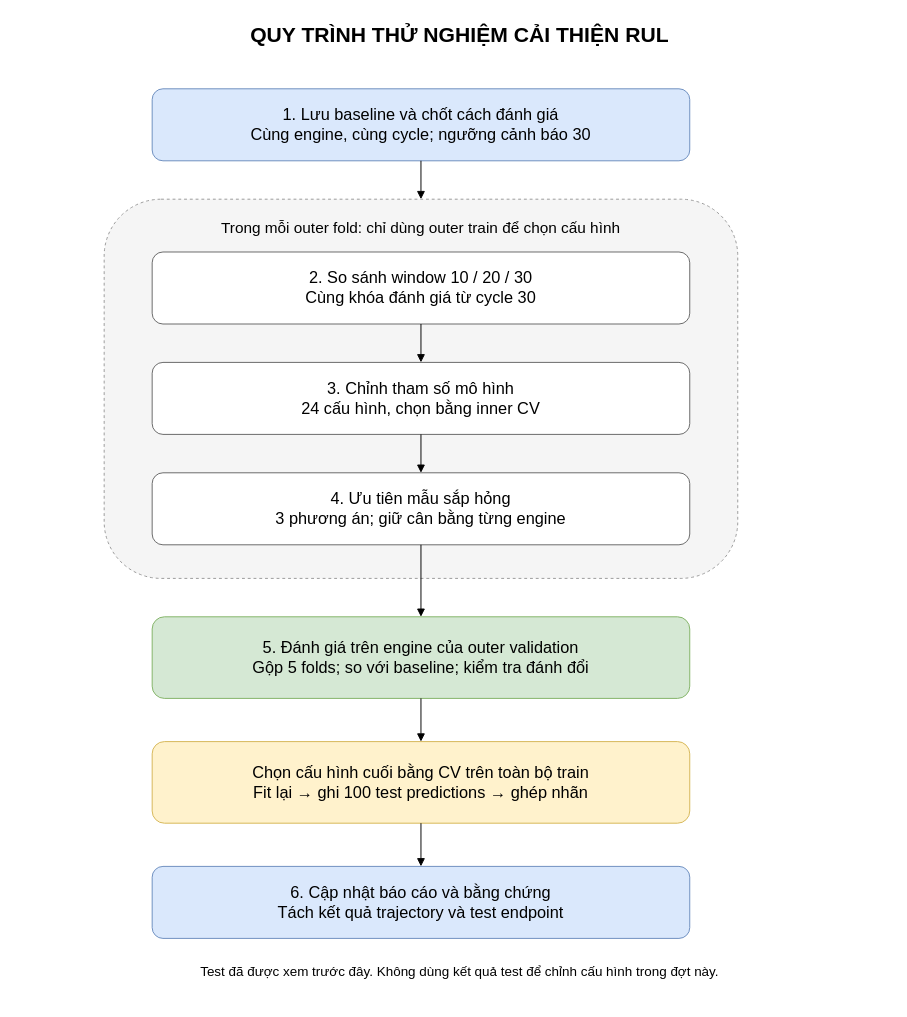
This is assets/diagrams/rul-improvement-plan.drawio from ti014/tinasa-cmapss-rul-prediction, a draw.io file, before an edit. Source tidied: cells renumbered, new cells numbered last; positions are measured from the earlier drawing's top-left corner, leaving out a move shared by most shapes. Both pictures are drawn from the tidied source at 96%, with x=0, y=0 at pixel (27, 16).
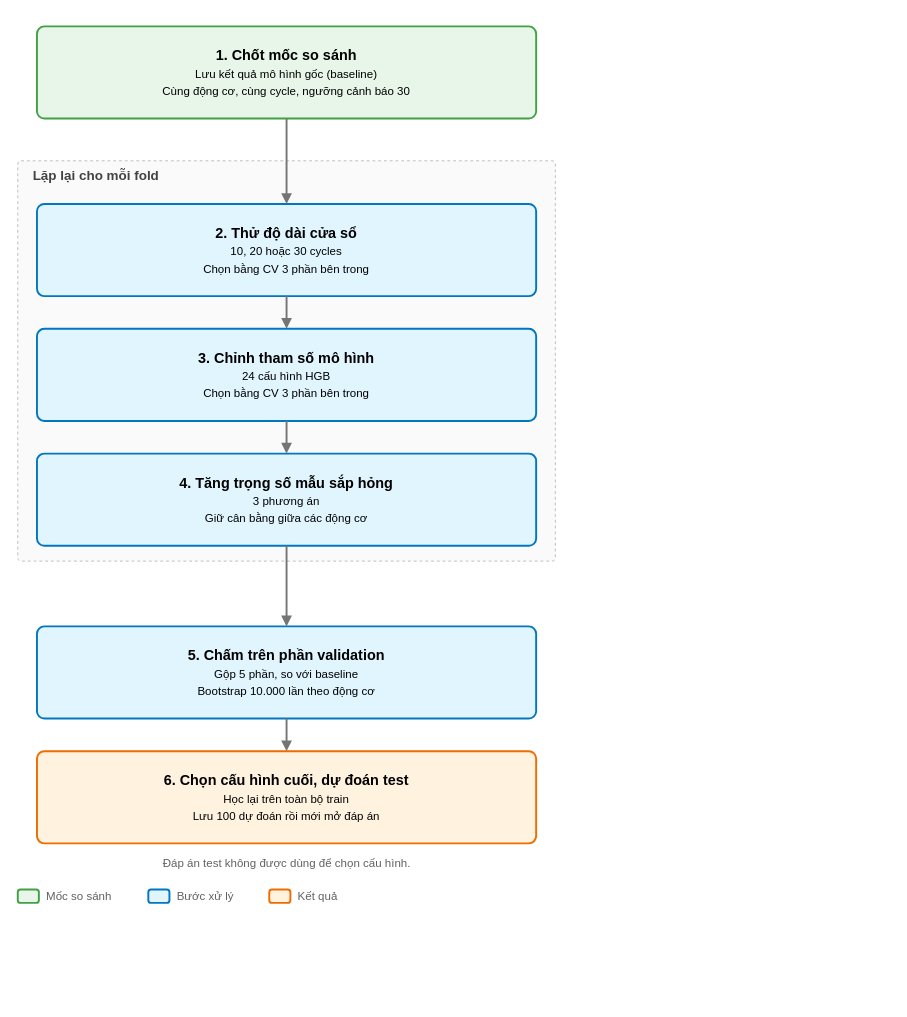
Above is the later version.

The edit, as a diff of the source:
```diff
@@
-    <mxCell id="2" value="QUY TRÌNH THỬ NGHIỆM CẢI THIỆN RUL" style="text;html=1;fontSize=22;fontStyle=1;align=center;" parent="1" vertex="1">
-      <mxGeometry width="900" height="45" as="geometry" />
-    </mxCell>
-    <mxCell id="3" value="1. Lưu baseline và chốt cách đánh giá&lt;br&gt;Cùng engine, cùng cycle; ngưỡng cảnh báo 30" style="rounded=1;whiteSpace=wrap;html=1;fillColor=#dae8fc;strokeColor=#6c8ebf;fontSize=17;" parent="1" vertex="1">
-      <mxGeometry x="130" y="75" width="560" height="75" as="geometry" />
-    </mxCell>
-    <mxCell id="4" value="Trong mỗi outer fold: chỉ dùng outer train để chọn cấu hình" style="rounded=1;whiteSpace=wrap;html=1;verticalAlign=top;spacingTop=14;fillColor=#f5f5f5;strokeColor=#999999;dashed=1;fontSize=16;" parent="1" vertex="1">
-      <mxGeometry x="80" y="190" width="660" height="395" as="geometry" />
-    </mxCell>
-    <mxCell id="5" value="2. So sánh window 10 / 20 / 30&lt;br&gt;Cùng khóa đánh giá từ cycle 30" style="rounded=1;whiteSpace=wrap;html=1;fillColor=#ffffff;strokeColor=#666666;fontSize=17;" parent="1" vertex="1">
-      <mxGeometry x="130" y="245" width="560" height="75" as="geometry" />
-    </mxCell>
-    <mxCell id="6" value="3. Chỉnh tham số mô hình&lt;br&gt;24 cấu hình, chọn bằng inner CV" style="rounded=1;whiteSpace=wrap;html=1;fillColor=#ffffff;strokeColor=#666666;fontSize=17;" parent="1" vertex="1">
-      <mxGeometry x="130" y="360" width="560" height="75" as="geometry" />
-    </mxCell>
-    <mxCell id="7" value="4. Ưu tiên mẫu sắp hỏng&lt;br&gt;3 phương án; giữ cân bằng từng engine" style="rounded=1;whiteSpace=wrap;html=1;fillColor=#ffffff;strokeColor=#666666;fontSize=17;" parent="1" vertex="1">
-      <mxGeometry x="130" y="475" width="560" height="75" as="geometry" />
-    </mxCell>
-    <mxCell id="8" value="5. Đánh giá trên engine của outer validation&lt;br&gt;Gộp 5 folds; so với baseline; kiểm tra đánh đổi" style="rounded=1;whiteSpace=wrap;html=1;fillColor=#d5e8d4;strokeColor=#82b366;fontSize=17;" parent="1" vertex="1">
-      <mxGeometry x="130" y="625" width="560" height="85" as="geometry" />
-    </mxCell>
-    <mxCell id="9" value="Chọn cấu hình cuối bằng CV trên toàn bộ train&lt;br&gt;Fit lại → ghi 100 test predictions → ghép nhãn" style="rounded=1;whiteSpace=wrap;html=1;fillColor=#fff2cc;strokeColor=#d6b656;fontSize=17;" parent="1" vertex="1">
-      <mxGeometry x="130" y="755" width="560" height="85" as="geometry" />
-    </mxCell>
-    <mxCell id="10" value="6. Cập nhật báo cáo và bằng chứng&lt;br&gt;Tách kết quả trajectory và test endpoint" style="rounded=1;whiteSpace=wrap;html=1;fillColor=#dae8fc;strokeColor=#6c8ebf;fontSize=17;" parent="1" vertex="1">
-      <mxGeometry x="130" y="885" width="560" height="75" as="geometry" />
-    </mxCell>
-    <mxCell id="11" value="Test đã được xem trước đây. Không dùng kết quả test để chỉnh cấu hình trong đợt này." style="text;html=1;fontSize=14;align=center;" parent="1" vertex="1">
-      <mxGeometry y="980" width="900" height="45" as="geometry" />
-    </mxCell>
-    <mxCell id="12" style="edgeStyle=orthogonalEdgeStyle;endArrow=block;html=1;" parent="1" edge="1" source="3" target="4">
-      <mxGeometry relative="1" as="geometry" />
-    </mxCell>
-    <mxCell id="13" style="edgeStyle=orthogonalEdgeStyle;endArrow=block;html=1;" parent="1" edge="1" source="5" target="6">
-      <mxGeometry relative="1" as="geometry" />
-    </mxCell>
-    <mxCell id="14" style="edgeStyle=orthogonalEdgeStyle;endArrow=block;html=1;" parent="1" edge="1" source="6" target="7">
-      <mxGeometry relative="1" as="geometry" />
-    </mxCell>
-    <mxCell id="15" style="edgeStyle=orthogonalEdgeStyle;endArrow=block;html=1;" parent="1" edge="1" source="7" target="8">
-      <mxGeometry relative="1" as="geometry" />
-    </mxCell>
-    <mxCell id="16" style="edgeStyle=orthogonalEdgeStyle;endArrow=block;html=1;" parent="1" edge="1" source="8" target="9">
-      <mxGeometry relative="1" as="geometry" />
-    </mxCell>
-    <mxCell id="17" style="edgeStyle=orthogonalEdgeStyle;endArrow=block;html=1;" parent="1" edge="1" source="9" target="10">
-      <mxGeometry relative="1" as="geometry" />
-    </mxCell>
+    <mxCell id="18" value="Lặp lại cho mỗi fold" style="swimlane;html=1;rounded=1;arcSize=4;startSize=30;fillColor=#FAFAFA;swimlaneFillColor=#FAFAFA;strokeColor=#BDBDBD;dashed=1;fontStyle=1;fontSize=14;fontColor=#424242;align=left;spacingLeft=14;swimlaneLine=0;fontFamily=Arial;" parent="1" vertex="1">
+      <mxGeometry x="-10" y="150" width="560" height="417" as="geometry" />
+    </mxCell>
+    <mxCell id="19" value="&lt;b&gt;1. Chốt mốc so sánh&lt;/b&gt;&lt;br&gt;&lt;font style=&quot;font-size:12px&quot;&gt;Lưu kết quả mô hình gốc (baseline)&lt;br&gt;Cùng động cơ, cùng cycle, ngưỡng cảnh báo 30&lt;/font&gt;" style="rounded=1;arcSize=8;whiteSpace=wrap;html=1;strokeWidth=2;fontSize=15;align=center;verticalAlign=middle;fontFamily=Arial;fillColor=#E8F5E9;strokeColor=#43A047;" parent="1" vertex="1">
+      <mxGeometry x="10" y="10" width="520" height="96" as="geometry" />
+    </mxCell>
+    <mxCell id="20" value="&lt;b&gt;2. Thử độ dài cửa sổ&lt;/b&gt;&lt;br&gt;&lt;font style=&quot;font-size:12px&quot;&gt;10, 20 hoặc 30 cycles&lt;br&gt;Chọn bằng CV 3 phần bên trong&lt;/font&gt;" style="rounded=1;arcSize=8;whiteSpace=wrap;html=1;strokeWidth=2;fontSize=15;align=center;verticalAlign=middle;fontFamily=Arial;fillColor=#E1F5FE;strokeColor=#0277BD;" parent="1" vertex="1">
+      <mxGeometry x="10" y="195" width="520" height="96" as="geometry" />
+    </mxCell>
+    <mxCell id="21" value="&lt;b&gt;3. Chỉnh tham số mô hình&lt;/b&gt;&lt;br&gt;&lt;font style=&quot;font-size:12px&quot;&gt;24 cấu hình HGB&lt;br&gt;Chọn bằng CV 3 phần bên trong&lt;/font&gt;" style="rounded=1;arcSize=8;whiteSpace=wrap;html=1;strokeWidth=2;fontSize=15;align=center;verticalAlign=middle;fontFamily=Arial;fillColor=#E1F5FE;strokeColor=#0277BD;" parent="1" vertex="1">
+      <mxGeometry x="10" y="325" width="520" height="96" as="geometry" />
+    </mxCell>
+    <mxCell id="22" value="&lt;b&gt;4. Tăng trọng số mẫu sắp hỏng&lt;/b&gt;&lt;br&gt;&lt;font style=&quot;font-size:12px&quot;&gt;3 phương án&lt;br&gt;Giữ cân bằng giữa các động cơ&lt;/font&gt;" style="rounded=1;arcSize=8;whiteSpace=wrap;html=1;strokeWidth=2;fontSize=15;align=center;verticalAlign=middle;fontFamily=Arial;fillColor=#E1F5FE;strokeColor=#0277BD;" parent="1" vertex="1">
+      <mxGeometry x="10" y="455" width="520" height="96" as="geometry" />
+    </mxCell>
+    <mxCell id="23" value="&lt;b&gt;5. Chấm trên phần validation&lt;/b&gt;&lt;br&gt;&lt;font style=&quot;font-size:12px&quot;&gt;Gộp 5 phần, so với baseline&lt;br&gt;Bootstrap 10.000 lần theo động cơ&lt;/font&gt;" style="rounded=1;arcSize=8;whiteSpace=wrap;html=1;strokeWidth=2;fontSize=15;align=center;verticalAlign=middle;fontFamily=Arial;fillColor=#E1F5FE;strokeColor=#0277BD;" parent="1" vertex="1">
+      <mxGeometry x="10" y="635" width="520" height="96" as="geometry" />
+    </mxCell>
+    <mxCell id="24" value="&lt;b&gt;6. Chọn cấu hình cuối, dự đoán test&lt;/b&gt;&lt;br&gt;&lt;font style=&quot;font-size:12px&quot;&gt;Học lại trên toàn bộ train&lt;br&gt;Lưu 100 dự đoán rồi mới mở đáp án&lt;/font&gt;" style="rounded=1;arcSize=8;whiteSpace=wrap;html=1;strokeWidth=2;fontSize=15;align=center;verticalAlign=middle;fontFamily=Arial;fillColor=#FFF3E0;strokeColor=#EF6C00;" parent="1" vertex="1">
+      <mxGeometry x="10" y="765" width="520" height="96" as="geometry" />
+    </mxCell>
+    <mxCell id="25" style="edgeStyle=orthogonalEdgeStyle;rounded=0;html=1;endArrow=block;endFill=1;strokeWidth=2;strokeColor=#757575;fontFamily=Arial;" parent="1" edge="1" source="19" target="20">
+      <mxGeometry relative="1" as="geometry" />
+    </mxCell>
+    <mxCell id="26" style="edgeStyle=orthogonalEdgeStyle;rounded=0;html=1;endArrow=block;endFill=1;strokeWidth=2;strokeColor=#757575;fontFamily=Arial;" parent="1" edge="1" source="20" target="21">
+      <mxGeometry relative="1" as="geometry" />
+    </mxCell>
+    <mxCell id="27" style="edgeStyle=orthogonalEdgeStyle;rounded=0;html=1;endArrow=block;endFill=1;strokeWidth=2;strokeColor=#757575;fontFamily=Arial;" parent="1" edge="1" source="21" target="22">
+      <mxGeometry relative="1" as="geometry" />
+    </mxCell>
+    <mxCell id="28" style="edgeStyle=orthogonalEdgeStyle;rounded=0;html=1;endArrow=block;endFill=1;strokeWidth=2;strokeColor=#757575;fontFamily=Arial;" parent="1" edge="1" source="22" target="23">
+      <mxGeometry relative="1" as="geometry" />
+    </mxCell>
+    <mxCell id="29" style="edgeStyle=orthogonalEdgeStyle;rounded=0;html=1;endArrow=block;endFill=1;strokeWidth=2;strokeColor=#757575;fontFamily=Arial;" parent="1" edge="1" source="23" target="24">
+      <mxGeometry relative="1" as="geometry" />
+    </mxCell>
+    <mxCell id="30" value="Đáp án test không được dùng để chọn cấu hình." style="text;html=1;strokeColor=none;fillColor=none;verticalAlign=middle;fontSize=12;fontColor=#616161;fontFamily=Arial;align=center;" parent="1" vertex="1">
+      <mxGeometry x="10" y="871" width="520" height="22" as="geometry" />
+    </mxCell>
+    <mxCell id="31" style="rounded=1;arcSize=20;html=1;strokeWidth=2;fillColor=#E8F5E9;strokeColor=#43A047;" parent="1" vertex="1">
+      <mxGeometry x="-10" y="909" width="22" height="14" as="geometry" />
+    </mxCell>
+    <mxCell id="32" value="Mốc so sánh" style="text;html=1;strokeColor=none;fillColor=none;verticalAlign=middle;fontSize=12;fontColor=#616161;fontFamily=Arial;align=left;" parent="1" vertex="1">
+      <mxGeometry x="18" y="905" width="90" height="22" as="geometry" />
+    </mxCell>
+    <mxCell id="33" style="rounded=1;arcSize=20;html=1;strokeWidth=2;fillColor=#E1F5FE;strokeColor=#0277BD;" parent="1" vertex="1">
+      <mxGeometry x="126" y="909" width="22" height="14" as="geometry" />
+    </mxCell>
+    <mxCell id="34" value="Bước xử lý" style="text;html=1;strokeColor=none;fillColor=none;verticalAlign=middle;fontSize=12;fontColor=#616161;fontFamily=Arial;align=left;" parent="1" vertex="1">
+      <mxGeometry x="154" y="905" width="80" height="22" as="geometry" />
+    </mxCell>
+    <mxCell id="35" style="rounded=1;arcSize=20;html=1;strokeWidth=2;fillColor=#FFF3E0;strokeColor=#EF6C00;" parent="1" vertex="1">
+      <mxGeometry x="252" y="909" width="22" height="14" as="geometry" />
+    </mxCell>
+    <mxCell id="36" value="Kết quả" style="text;html=1;strokeColor=none;fillColor=none;verticalAlign=middle;fontSize=12;fontColor=#616161;fontFamily=Arial;align=left;" parent="1" vertex="1">
+      <mxGeometry x="280" y="905" width="60" height="22" as="geometry" />
+    </mxCell>
```
